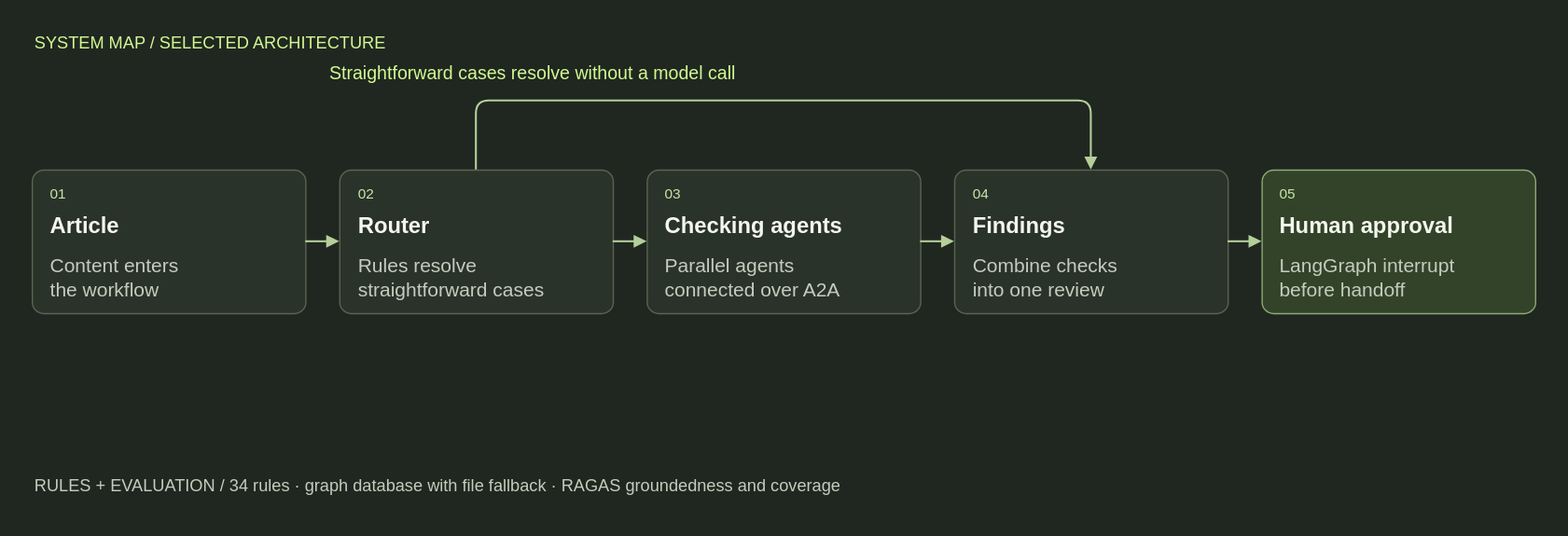
Above: images/agents/review-technical.svg in youngfreezy/youngfreezy.github.io (draw.io), before the change. Source tidied: cells renumbered, new cells last; positions are measured from the earlier drawing's top-left corner, leaving out a move shared by most shapes.
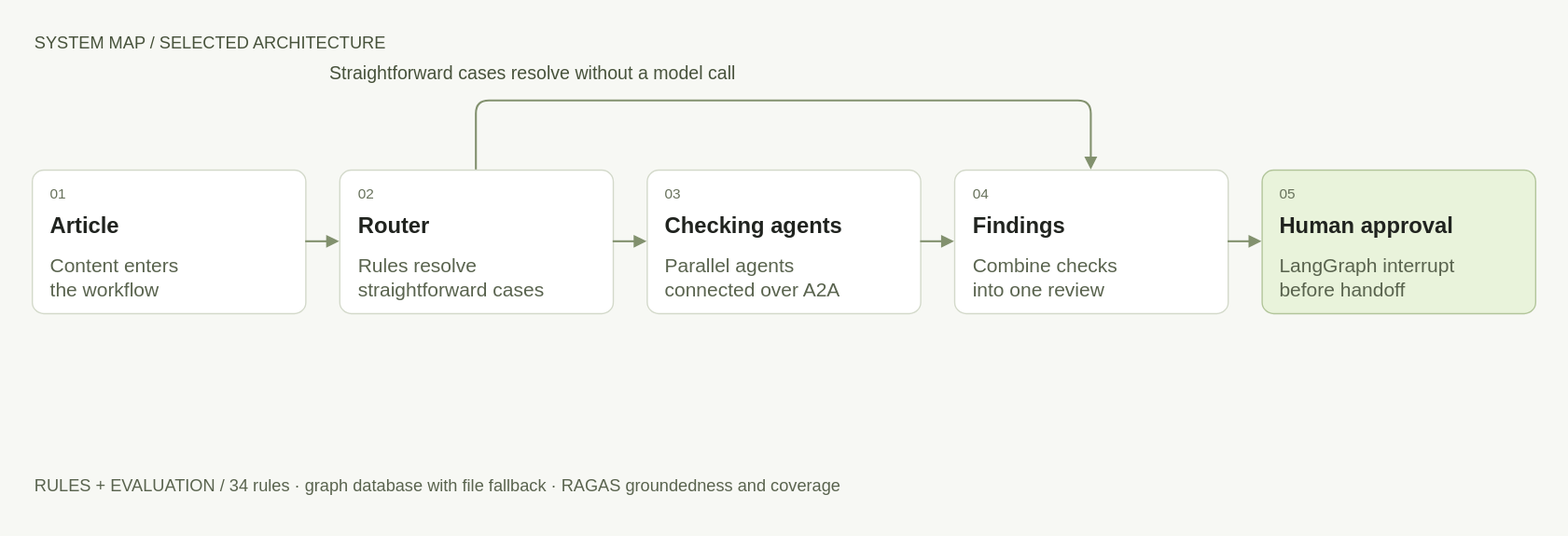
Above is the later version.

Change to the diagram source:
```diff
@@ -1,86 +1,86 @@
-<mxGraphModel background="#202720">
+<mxGraphModel background="#f7f8f4">
   <root>
     <mxCell id="0" />
     <mxCell id="1" parent="0" />
-    <mxCell id="2" style="html=1;fontFamily=Helvetica;fontColor=#f4f6ed;strokeColor=none;fillColor=#202720;" parent="1" vertex="1">
+    <mxCell id="2" style="html=1;fontFamily=Helvetica;fontColor=#20231f;strokeColor=none;fillColor=#f7f8f4;" parent="1" vertex="1">
       <mxGeometry width="1200" height="410" as="geometry" />
     </mxCell>
-    <mxCell id="3" value="SYSTEM MAP  /  SELECTED ARCHITECTURE" style="html=1;fontFamily=Helvetica;fontColor=#f4f6ed;text;whiteSpace=wrap;strokeColor=none;fillColor=none;align=left;verticalAlign=middle;fontSize=13;fontColor=#d3f993;fontStyle=0;" parent="1" vertex="1">
+    <mxCell id="3" value="SYSTEM MAP  /  SELECTED ARCHITECTURE" style="html=1;fontFamily=Helvetica;fontColor=#20231f;text;whiteSpace=wrap;strokeColor=none;fillColor=none;align=left;verticalAlign=middle;fontSize=13;fontColor=#47523b;fontStyle=0;" parent="1" vertex="1">
       <mxGeometry x="24" y="18" width="1152" height="28" as="geometry" />
     </mxCell>
-    <mxCell id="4" style="html=1;fontFamily=Helvetica;fontColor=#f4f6ed;rounded=1;arcSize=8;fillColor=#2a332a;strokeColor=#596451;strokeWidth=1;" parent="1" vertex="1">
+    <mxCell id="4" style="html=1;fontFamily=Helvetica;fontColor=#20231f;rounded=1;arcSize=8;fillColor=#ffffff;strokeColor=#d3d9ca;strokeWidth=1;" parent="1" vertex="1">
       <mxGeometry x="24" y="130" width="209.6" height="110" as="geometry" />
     </mxCell>
-    <mxCell id="5" value="01" style="html=1;fontFamily=Helvetica;fontColor=#f4f6ed;text;whiteSpace=wrap;strokeColor=none;fillColor=none;align=left;verticalAlign=middle;fontSize=11;fontColor=#c7e6a9;fontStyle=0;" parent="4" vertex="1">
+    <mxCell id="5" value="01" style="html=1;fontFamily=Helvetica;fontColor=#20231f;text;whiteSpace=wrap;strokeColor=none;fillColor=none;align=left;verticalAlign=middle;fontSize=11;fontColor=#68725c;fontStyle=0;" parent="4" vertex="1">
       <mxGeometry x="12" y="8" width="30" height="20" as="geometry" />
     </mxCell>
-    <mxCell id="6" value="Article" style="html=1;fontFamily=Helvetica;fontColor=#f4f6ed;text;whiteSpace=wrap;strokeColor=none;fillColor=none;align=left;verticalAlign=middle;fontSize=17;fontColor=#f4f6ed;fontStyle=1;" parent="4" vertex="1">
+    <mxCell id="6" value="Article" style="html=1;fontFamily=Helvetica;fontColor=#20231f;text;whiteSpace=wrap;strokeColor=none;fillColor=none;align=left;verticalAlign=middle;fontSize=17;fontColor=#20231f;fontStyle=1;" parent="4" vertex="1">
       <mxGeometry x="12" y="31" width="185.6" height="26" as="geometry" />
     </mxCell>
-    <mxCell id="7" value="Content enters&#10;the workflow" style="html=1;fontFamily=Helvetica;fontColor=#f4f6ed;text;whiteSpace=wrap;strokeColor=none;fillColor=none;align=left;verticalAlign=middle;fontSize=15;fontColor=#c4cdbd;fontStyle=0;" parent="4" vertex="1">
+    <mxCell id="7" value="Content enters&#10;the workflow" style="html=1;fontFamily=Helvetica;fontColor=#20231f;text;whiteSpace=wrap;strokeColor=none;fillColor=none;align=left;verticalAlign=middle;fontSize=15;fontColor=#59634e;fontStyle=0;" parent="4" vertex="1">
       <mxGeometry x="12" y="62" width="185.6" height="40" as="geometry" />
     </mxCell>
-    <mxCell id="8" style="html=1;fontFamily=Helvetica;fontColor=#f4f6ed;rounded=1;arcSize=8;fillColor=#2a332a;strokeColor=#596451;strokeWidth=1;" parent="1" vertex="1">
+    <mxCell id="8" style="html=1;fontFamily=Helvetica;fontColor=#20231f;rounded=1;arcSize=8;fillColor=#ffffff;strokeColor=#d3d9ca;strokeWidth=1;" parent="1" vertex="1">
       <mxGeometry x="259.6" y="130" width="209.6" height="110" as="geometry" />
     </mxCell>
-    <mxCell id="9" value="02" style="html=1;fontFamily=Helvetica;fontColor=#f4f6ed;text;whiteSpace=wrap;strokeColor=none;fillColor=none;align=left;verticalAlign=middle;fontSize=11;fontColor=#c7e6a9;fontStyle=0;" parent="8" vertex="1">
+    <mxCell id="9" value="02" style="html=1;fontFamily=Helvetica;fontColor=#20231f;text;whiteSpace=wrap;strokeColor=none;fillColor=none;align=left;verticalAlign=middle;fontSize=11;fontColor=#68725c;fontStyle=0;" parent="8" vertex="1">
       <mxGeometry x="12" y="8" width="30" height="20" as="geometry" />
     </mxCell>
-    <mxCell id="10" value="Router" style="html=1;fontFamily=Helvetica;fontColor=#f4f6ed;text;whiteSpace=wrap;strokeColor=none;fillColor=none;align=left;verticalAlign=middle;fontSize=17;fontColor=#f4f6ed;fontStyle=1;" parent="8" vertex="1">
+    <mxCell id="10" value="Router" style="html=1;fontFamily=Helvetica;fontColor=#20231f;text;whiteSpace=wrap;strokeColor=none;fillColor=none;align=left;verticalAlign=middle;fontSize=17;fontColor=#20231f;fontStyle=1;" parent="8" vertex="1">
       <mxGeometry x="12" y="31" width="185.6" height="26" as="geometry" />
     </mxCell>
-    <mxCell id="11" value="Rules resolve&#10;straightforward cases" style="html=1;fontFamily=Helvetica;fontColor=#f4f6ed;text;whiteSpace=wrap;strokeColor=none;fillColor=none;align=left;verticalAlign=middle;fontSize=15;fontColor=#c4cdbd;fontStyle=0;" parent="8" vertex="1">
+    <mxCell id="11" value="Rules resolve&#10;straightforward cases" style="html=1;fontFamily=Helvetica;fontColor=#20231f;text;whiteSpace=wrap;strokeColor=none;fillColor=none;align=left;verticalAlign=middle;fontSize=15;fontColor=#59634e;fontStyle=0;" parent="8" vertex="1">
       <mxGeometry x="12" y="62" width="185.6" height="40" as="geometry" />
     </mxCell>
-    <mxCell id="12" style="html=1;fontFamily=Helvetica;fontColor=#f4f6ed;rounded=1;arcSize=8;fillColor=#2a332a;strokeColor=#596451;strokeWidth=1;" parent="1" vertex="1">
+    <mxCell id="12" style="html=1;fontFamily=Helvetica;fontColor=#20231f;rounded=1;arcSize=8;fillColor=#ffffff;strokeColor=#d3d9ca;strokeWidth=1;" parent="1" vertex="1">
       <mxGeometry x="495.2" y="130" width="209.6" height="110" as="geometry" />
     </mxCell>
-    <mxCell id="13" value="03" style="html=1;fontFamily=Helvetica;fontColor=#f4f6ed;text;whiteSpace=wrap;strokeColor=none;fillColor=none;align=left;verticalAlign=middle;fontSize=11;fontColor=#c7e6a9;fontStyle=0;" parent="12" vertex="1">
+    <mxCell id="13" value="03" style="html=1;fontFamily=Helvetica;fontColor=#20231f;text;whiteSpace=wrap;strokeColor=none;fillColor=none;align=left;verticalAlign=middle;fontSize=11;fontColor=#68725c;fontStyle=0;" parent="12" vertex="1">
       <mxGeometry x="12" y="8" width="30" height="20" as="geometry" />
     </mxCell>
-    <mxCell id="14" value="Checking agents" style="html=1;fontFamily=Helvetica;fontColor=#f4f6ed;text;whiteSpace=wrap;strokeColor=none;fillColor=none;align=left;verticalAlign=middle;fontSize=17;fontColor=#f4f6ed;fontStyle=1;" parent="12" vertex="1">
+    <mxCell id="14" value="Checking agents" style="html=1;fontFamily=Helvetica;fontColor=#20231f;text;whiteSpace=wrap;strokeColor=none;fillColor=none;align=left;verticalAlign=middle;fontSize=17;fontColor=#20231f;fontStyle=1;" parent="12" vertex="1">
       <mxGeometry x="12" y="31" width="185.6" height="26" as="geometry" />
     </mxCell>
-    <mxCell id="15" value="Parallel agents&#10;connected over A2A" style="html=1;fontFamily=Helvetica;fontColor=#f4f6ed;text;whiteSpace=wrap;strokeColor=none;fillColor=none;align=left;verticalAlign=middle;fontSize=15;fontColor=#c4cdbd;fontStyle=0;" parent="12" vertex="1">
+    <mxCell id="15" value="Parallel agents&#10;connected over A2A" style="html=1;fontFamily=Helvetica;fontColor=#20231f;text;whiteSpace=wrap;strokeColor=none;fillColor=none;align=left;verticalAlign=middle;fontSize=15;fontColor=#59634e;fontStyle=0;" parent="12" vertex="1">
       <mxGeometry x="12" y="62" width="185.6" height="40" as="geometry" />
     </mxCell>
-    <mxCell id="16" style="html=1;fontFamily=Helvetica;fontColor=#f4f6ed;rounded=1;arcSize=8;fillColor=#2a332a;strokeColor=#596451;strokeWidth=1;" parent="1" vertex="1">
+    <mxCell id="16" style="html=1;fontFamily=Helvetica;fontColor=#20231f;rounded=1;arcSize=8;fillColor=#ffffff;strokeColor=#d3d9ca;strokeWidth=1;" parent="1" vertex="1">
       <mxGeometry x="730.8" y="130" width="209.6" height="110" as="geometry" />
     </mxCell>
-    <mxCell id="17" value="04" style="html=1;fontFamily=Helvetica;fontColor=#f4f6ed;text;whiteSpace=wrap;strokeColor=none;fillColor=none;align=left;verticalAlign=middle;fontSize=11;fontColor=#c7e6a9;fontStyle=0;" parent="16" vertex="1">
+    <mxCell id="17" value="04" style="html=1;fontFamily=Helvetica;fontColor=#20231f;text;whiteSpace=wrap;strokeColor=none;fillColor=none;align=left;verticalAlign=middle;fontSize=11;fontColor=#68725c;fontStyle=0;" parent="16" vertex="1">
       <mxGeometry x="12" y="8" width="30" height="20" as="geometry" />
     </mxCell>
-    <mxCell id="18" value="Findings" style="html=1;fontFamily=Helvetica;fontColor=#f4f6ed;text;whiteSpace=wrap;strokeColor=none;fillColor=none;align=left;verticalAlign=middle;fontSize=17;fontColor=#f4f6ed;fontStyle=1;" parent="16" vertex="1">
+    <mxCell id="18" value="Findings" style="html=1;fontFamily=Helvetica;fontColor=#20231f;text;whiteSpace=wrap;strokeColor=none;fillColor=none;align=left;verticalAlign=middle;fontSize=17;fontColor=#20231f;fontStyle=1;" parent="16" vertex="1">
       <mxGeometry x="12" y="31" width="185.6" height="26" as="geometry" />
     </mxCell>
-    <mxCell id="19" value="Combine checks&#10;into one review" style="html=1;fontFamily=Helvetica;fontColor=#f4f6ed;text;whiteSpace=wrap;strokeColor=none;fillColor=none;align=left;verticalAlign=middle;fontSize=15;fontColor=#c4cdbd;fontStyle=0;" parent="16" vertex="1">
+    <mxCell id="19" value="Combine checks&#10;into one review" style="html=1;fontFamily=Helvetica;fontColor=#20231f;text;whiteSpace=wrap;strokeColor=none;fillColor=none;align=left;verticalAlign=middle;fontSize=15;fontColor=#59634e;fontStyle=0;" parent="16" vertex="1">
       <mxGeometry x="12" y="62" width="185.6" height="40" as="geometry" />
     </mxCell>
-    <mxCell id="20" style="html=1;fontFamily=Helvetica;fontColor=#f4f6ed;rounded=1;arcSize=8;fillColor=#33432a;strokeColor=#8eaa75;strokeWidth=1;" parent="1" vertex="1">
+    <mxCell id="20" style="html=1;fontFamily=Helvetica;fontColor=#20231f;rounded=1;arcSize=8;fillColor=#e9f3db;strokeColor=#b2c59a;strokeWidth=1;" parent="1" vertex="1">
       <mxGeometry x="966.4" y="130" width="209.6" height="110" as="geometry" />
     </mxCell>
-    <mxCell id="21" value="05" style="html=1;fontFamily=Helvetica;fontColor=#f4f6ed;text;whiteSpace=wrap;strokeColor=none;fillColor=none;align=left;verticalAlign=middle;fontSize=11;fontColor=#c7e6a9;fontStyle=0;" parent="20" vertex="1">
+    <mxCell id="21" value="05" style="html=1;fontFamily=Helvetica;fontColor=#20231f;text;whiteSpace=wrap;strokeColor=none;fillColor=none;align=left;verticalAlign=middle;fontSize=11;fontColor=#68725c;fontStyle=0;" parent="20" vertex="1">
       <mxGeometry x="12" y="8" width="30" height="20" as="geometry" />
     </mxCell>
-    <mxCell id="22" value="Human approval" style="html=1;fontFamily=Helvetica;fontColor=#f4f6ed;text;whiteSpace=wrap;strokeColor=none;fillColor=none;align=left;verticalAlign=middle;fontSize=17;fontColor=#f4f6ed;fontStyle=1;" parent="20" vertex="1">
+    <mxCell id="22" value="Human approval" style="html=1;fontFamily=Helvetica;fontColor=#20231f;text;whiteSpace=wrap;strokeColor=none;fillColor=none;align=left;verticalAlign=middle;fontSize=17;fontColor=#20231f;fontStyle=1;" parent="20" vertex="1">
       <mxGeometry x="12" y="31" width="185.6" height="26" as="geometry" />
     </mxCell>
-    <mxCell id="23" value="LangGraph interrupt&#10;before handoff" style="html=1;fontFamily=Helvetica;fontColor=#f4f6ed;text;whiteSpace=wrap;strokeColor=none;fillColor=none;align=left;verticalAlign=middle;fontSize=15;fontColor=#c4cdbd;fontStyle=0;" parent="20" vertex="1">
+    <mxCell id="23" value="LangGraph interrupt&#10;before handoff" style="html=1;fontFamily=Helvetica;fontColor=#20231f;text;whiteSpace=wrap;strokeColor=none;fillColor=none;align=left;verticalAlign=middle;fontSize=15;fontColor=#59634e;fontStyle=0;" parent="20" vertex="1">
       <mxGeometry x="12" y="62" width="185.6" height="40" as="geometry" />
     </mxCell>
-    <mxCell id="24" style="edgeStyle=orthogonalEdgeStyle;rounded=1;jettySize=auto;strokeColor=#b4cf99;strokeWidth=1.5;endArrow=block;endFill=1;exitX=1;exitY=.5;entryX=0;entryY=.5;" parent="1" edge="1" source="4" target="8">
+    <mxCell id="24" style="edgeStyle=orthogonalEdgeStyle;rounded=1;jettySize=auto;strokeColor=#82916e;strokeWidth=1.5;endArrow=block;endFill=1;exitX=1;exitY=.5;entryX=0;entryY=.5;" parent="1" edge="1" source="4" target="8">
       <mxGeometry relative="1" as="geometry" />
     </mxCell>
-    <mxCell id="25" style="edgeStyle=orthogonalEdgeStyle;rounded=1;jettySize=auto;strokeColor=#b4cf99;strokeWidth=1.5;endArrow=block;endFill=1;exitX=1;exitY=.5;entryX=0;entryY=.5;" parent="1" edge="1" source="8" target="12">
+    <mxCell id="25" style="edgeStyle=orthogonalEdgeStyle;rounded=1;jettySize=auto;strokeColor=#82916e;strokeWidth=1.5;endArrow=block;endFill=1;exitX=1;exitY=.5;entryX=0;entryY=.5;" parent="1" edge="1" source="8" target="12">
       <mxGeometry relative="1" as="geometry" />
     </mxCell>
-    <mxCell id="26" style="edgeStyle=orthogonalEdgeStyle;rounded=1;jettySize=auto;strokeColor=#b4cf99;strokeWidth=1.5;endArrow=block;endFill=1;exitX=1;exitY=.5;entryX=0;entryY=.5;" parent="1" edge="1" source="12" target="16">
+    <mxCell id="26" style="edgeStyle=orthogonalEdgeStyle;rounded=1;jettySize=auto;strokeColor=#82916e;strokeWidth=1.5;endArrow=block;endFill=1;exitX=1;exitY=.5;entryX=0;entryY=.5;" parent="1" edge="1" source="12" target="16">
       <mxGeometry relative="1" as="geometry" />
     </mxCell>
-    <mxCell id="27" style="edgeStyle=orthogonalEdgeStyle;rounded=1;jettySize=auto;strokeColor=#b4cf99;strokeWidth=1.5;endArrow=block;endFill=1;exitX=1;exitY=.5;entryX=0;entryY=.5;" parent="1" edge="1" source="16" target="20">
+    <mxCell id="27" style="edgeStyle=orthogonalEdgeStyle;rounded=1;jettySize=auto;strokeColor=#82916e;strokeWidth=1.5;endArrow=block;endFill=1;exitX=1;exitY=.5;entryX=0;entryY=.5;" parent="1" edge="1" source="16" target="20">
       <mxGeometry relative="1" as="geometry" />
     </mxCell>
-    <mxCell id="28" style="edgeStyle=orthogonalEdgeStyle;rounded=1;jettySize=auto;strokeColor=#b4cf99;strokeWidth=1.5;endArrow=block;endFill=1;exitX=.5;exitY=0;entryX=.5;entryY=0;" parent="1" edge="1" source="8" target="16">
+    <mxCell id="28" style="edgeStyle=orthogonalEdgeStyle;rounded=1;jettySize=auto;strokeColor=#82916e;strokeWidth=1.5;endArrow=block;endFill=1;exitX=.5;exitY=0;entryX=.5;entryY=0;" parent="1" edge="1" source="8" target="16">
       <mxGeometry relative="1" as="geometry">
         <Array as="points">
           <mxPoint x="364.4" y="77" />
@@ -88,10 +88,10 @@
         </Array>
       </mxGeometry>
     </mxCell>
-    <mxCell id="29" value="Straightforward cases resolve without a model call" style="html=1;fontFamily=Helvetica;fontColor=#f4f6ed;text;whiteSpace=wrap;strokeColor=none;fillColor=none;align=left;verticalAlign=middle;fontSize=14;fontColor=#d3f993;fontStyle=0;" parent="1" vertex="1">
+    <mxCell id="29" value="Straightforward cases resolve without a model call" style="html=1;fontFamily=Helvetica;fontColor=#20231f;text;whiteSpace=wrap;strokeColor=none;fillColor=none;align=left;verticalAlign=middle;fontSize=14;fontColor=#47523b;fontStyle=0;" parent="1" vertex="1">
       <mxGeometry x="250" y="43" width="700" height="26" as="geometry" />
     </mxCell>
-    <mxCell id="30" value="RULES + EVALUATION  /  34 rules · graph database with file fallback · RAGAS groundedness and coverage" style="html=1;fontFamily=Helvetica;fontColor=#f4f6ed;text;whiteSpace=wrap;strokeColor=none;fillColor=none;align=left;verticalAlign=middle;fontSize=13;fontColor=#c4cdbd;fontStyle=0;" parent="1" vertex="1">
+    <mxCell id="30" value="RULES + EVALUATION  /  34 rules · graph database with file fallback · RAGAS groundedness and coverage" style="html=1;fontFamily=Helvetica;fontColor=#20231f;text;whiteSpace=wrap;strokeColor=none;fillColor=none;align=left;verticalAlign=middle;fontSize=13;fontColor=#59634e;fontStyle=0;" parent="1" vertex="1">
       <mxGeometry x="24" y="350" width="1152" height="44" as="geometry" />
     </mxCell>
   </root>
```
